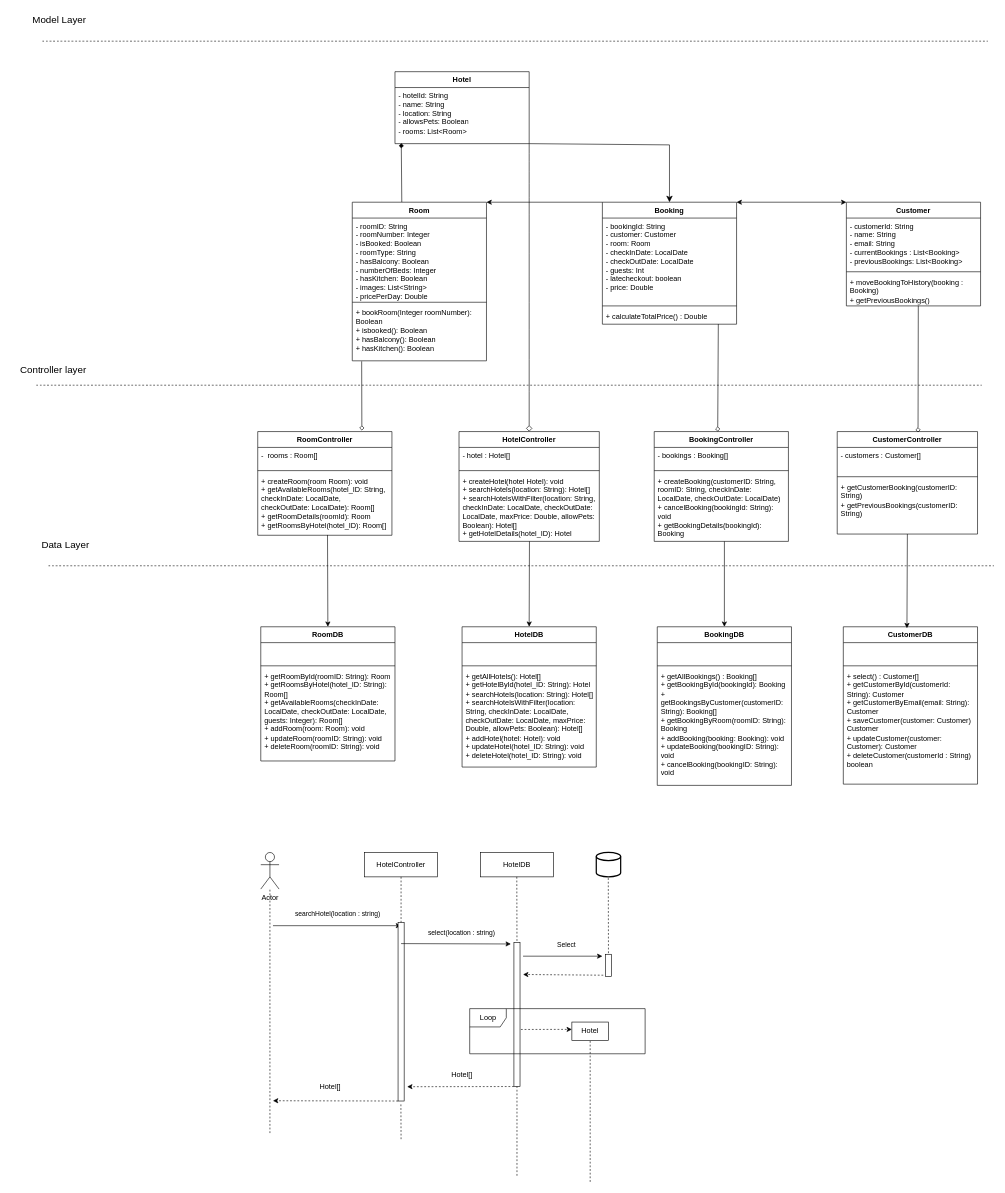
Earlier version of the draw.io diagram V3/Design Module.drawio (rthor997/HBV401G-Throun_hugbunathar). Source tidied: cells renumbered, new cells numbered last; positions are measured from the earlier drawing's top-left corner, leaving out a move shared by most shapes. Both pictures are drawn from the tidied source at 61%, with x=0, y=0 at pixel (10, 10).
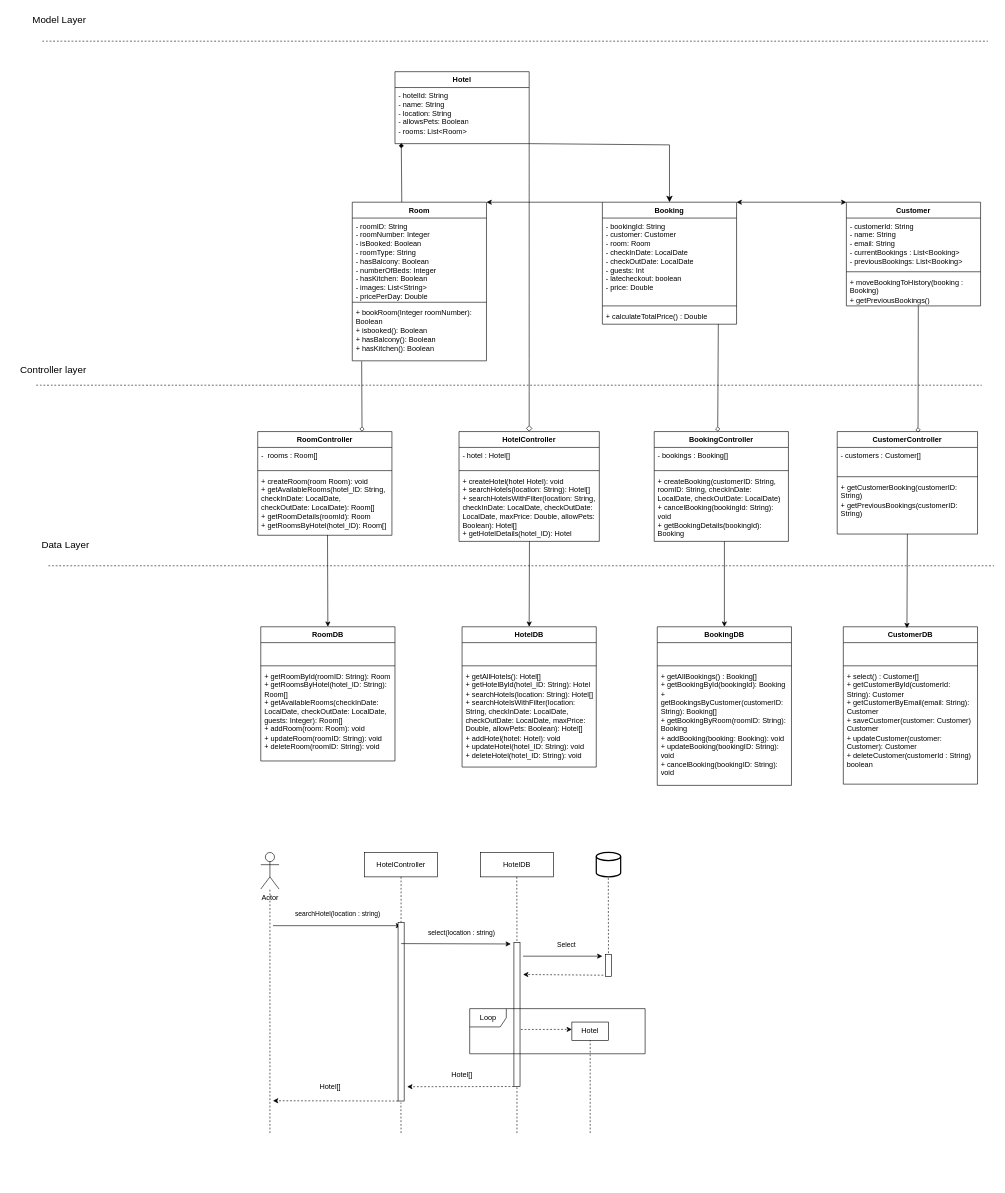
The same page after the edit.

The change refers to these unchanged cells:
```xml
<mxCell id="17" value="+ bookRoom(Integer roomNumber): Boolean&lt;div&gt;+ isbooked(): Boolean&lt;/div&gt;&lt;div&gt;&lt;span style=&quot;background-color: transparent; color: light-dark(rgb(0, 0, 0), rgb(255, 255, 255));&quot;&gt;+ hasBalcony(): Boolean&lt;/span&gt;&lt;/div&gt;&lt;div&gt;+ hasKitchen(): Boolean&lt;/div&gt;&lt;div&gt;&lt;div&gt;&lt;br&gt;&lt;/div&gt;&lt;div&gt;&lt;br&gt;&lt;/div&gt;&lt;/div&gt;" style="text;strokeColor=none;fillColor=none;align=left;verticalAlign=top;spacingLeft=4;spacingRight=4;overflow=hidden;points=[[0,0.5],[1,0.5]];portConstraint=eastwest;whiteSpace=wrap;html=1;" parent="14" vertex="1">
  <mxGeometry y="168" width="220" height="92" as="geometry" />
</mxCell>
<mxCell id="30" value="RoomController" style="swimlane;fontStyle=1;align=center;verticalAlign=top;horizontal=1;startSize=26;whiteSpace=wrap;html=1;" parent="1" vertex="1">
  <mxGeometry x="405" y="690" width="220" height="170" as="geometry" />
</mxCell>
<mxCell id="77" style="rounded=0;whiteSpace=wrap;html=1;rotation=90;" parent="1" vertex="1">
  <mxGeometry x="711.9" y="1640.6" width="236.2" height="10" as="geometry" />
</mxCell>
<mxCell id="87" value="Hotel" style="rounded=0;whiteSpace=wrap;html=1;" parent="1" vertex="1">
  <mxGeometry x="920" y="1658" width="60" height="30" as="geometry" />
</mxCell>
```

Change to the diagram source:
```diff
@@
+    <mxCell id="61" style="endArrow=diamond;html=1;rounded=0;exitX=0.07;exitY=1.009;exitDx=0;exitDy=0;exitPerimeter=0;endFill=0;" parent="30" edge="1" source="17">
+      <mxGeometry relative="1" as="geometry">
+        <mxPoint x="171" as="targetPoint" />
+      </mxGeometry>
+    </mxCell>
@@
-    <mxCell id="61" style="endArrow=diamond;html=1;rounded=0;entryX=0.776;entryY=-0.01;entryDx=0;entryDy=0;exitX=0.07;exitY=1.009;exitDx=0;exitDy=0;exitPerimeter=0;endFill=0;entryPerimeter=0;" parent="1" edge="1" source="17" target="30">
-      <mxGeometry relative="1" as="geometry" />
-    </mxCell>
@@
     <mxCell id="88" style="endArrow=none;dashed=1;html=1;rounded=0;entryX=0.5;entryY=1;entryDx=0;entryDy=0;" parent="1" edge="1" target="87">
       <mxGeometry relative="1" as="geometry">
-        <mxPoint x="950" y="1920" as="sourcePoint" />
+        <mxPoint x="950" y="1840" as="sourcePoint" />
       </mxGeometry>
     </mxCell>
@@
     <mxCell id="93" style="endArrow=none;dashed=1;html=1;rounded=0;entryX=1;entryY=0.5;entryDx=0;entryDy=0;" parent="1" edge="1" target="77">
       <mxGeometry relative="1" as="geometry">
-        <mxPoint x="830" y="1910" as="sourcePoint" />
+        <mxPoint x="830" y="1840" as="sourcePoint" />
       </mxGeometry>
     </mxCell>
     <mxCell id="94" style="endArrow=none;dashed=1;html=1;rounded=0;entryX=1;entryY=0.5;entryDx=0;entryDy=0;" parent="1" edge="1">
       <mxGeometry relative="1" as="geometry">
-        <mxPoint x="640" y="1850" as="sourcePoint" />
+        <mxPoint x="640" y="1840" as="sourcePoint" />
         <mxPoint x="639.7" y="1790" as="targetPoint" />
       </mxGeometry>
     </mxCell>
```
